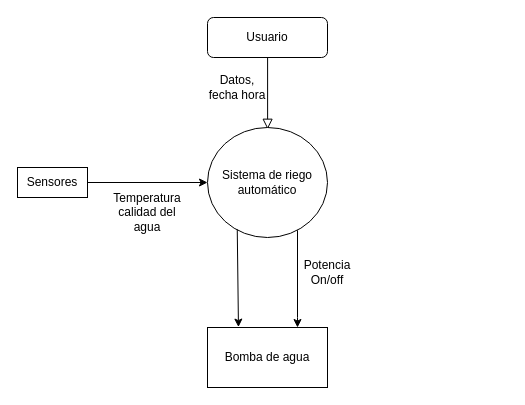
The draw.io diagram Diagrama sin título.drawio in s-dr-2/Sistema-de-riego-automatico, before the edit. Source tidied: cells renumbered, new cells numbered last; positions are measured from the earlier drawing's top-left corner, leaving out a move shared by most shapes. Both pictures are drawn from the tidied source at 100%, with x=0, y=0 at pixel (17, 17).
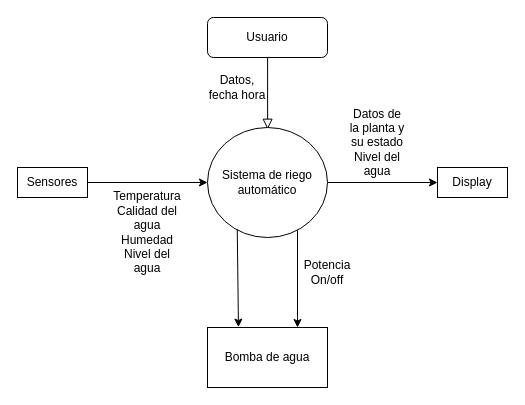
After the change.

Diff of the diagram source:
```diff
@@
 <mxGraphModel>
   <root>
     <mxCell id="0" />
     <mxCell id="1" parent="0" />
     <mxCell id="2" style="rounded=0;html=1;jettySize=auto;fontSize=11;endArrow=block;endFill=0;endSize=8;strokeWidth=1;shadow=0;labelBackgroundColor=none;edgeStyle=orthogonalEdgeStyle;entryX=0.501;entryY=0.016;entryDx=0;entryDy=0;entryPerimeter=0;exitX=0.422;exitY=1;exitDx=0;exitDy=0;exitPerimeter=0;" parent="1" edge="1" source="3" target="6">
       <mxGeometry relative="1" as="geometry">
         <Array as="points">
           <mxPoint x="250" y="40" />
         </Array>
       </mxGeometry>
     </mxCell>
     <mxCell id="3" value="Usuario" style="rounded=1;whiteSpace=wrap;html=1;fontSize=12;glass=0;strokeWidth=1;shadow=0;" parent="1" vertex="1">
       <mxGeometry x="190" width="120" height="40" as="geometry" />
     </mxCell>
     <mxCell id="4" value="Datos, fecha hora" style="text;html=1;align=center;verticalAlign=middle;whiteSpace=wrap;rounded=0;rotation=0;" parent="1" vertex="1">
       <mxGeometry x="190" y="60" width="60" height="20" as="geometry" />
     </mxCell>
     <mxCell id="5" style="edgeStyle=orthogonalEdgeStyle;rounded=0;jettySize=auto;html=1;" parent="1" edge="1" source="6" target="7">
       <mxGeometry relative="1" as="geometry">
         <Array as="points">
           <mxPoint x="280" y="300" />
           <mxPoint x="280" y="300" />
         </Array>
       </mxGeometry>
     </mxCell>
+    <mxCell id="13" style="edgeStyle=orthogonalEdgeStyle;rounded=0;jettySize=auto;html=1;exitX=1;exitY=0.5;exitDx=0;exitDy=0;entryX=0;entryY=0.5;entryDx=0;entryDy=0;" parent="1" edge="1" source="6" target="14">
+      <mxGeometry relative="1" as="geometry" />
+    </mxCell>
     <mxCell id="6" value="Sistema de riego automático" style="ellipse;whiteSpace=wrap;html=1;" parent="1" vertex="1">
       <mxGeometry x="190" y="110" width="120" height="110" as="geometry" />
     </mxCell>
     <mxCell id="7" value="Bomba de agua " style="whiteSpace=wrap;html=1;" parent="1" vertex="1">
       <mxGeometry x="190" y="310" width="120" height="60" as="geometry" />
     </mxCell>
     <mxCell id="8" value="&lt;div&gt;Potencia&lt;/div&gt;&lt;div&gt;On/off&lt;br&gt;&lt;/div&gt;" style="text;strokeColor=none;align=center;fillColor=none;html=1;verticalAlign=middle;whiteSpace=wrap;rounded=0;" parent="1" vertex="1">
       <mxGeometry x="280" y="240" width="60" height="30" as="geometry" />
     </mxCell>
     <mxCell id="9" style="endArrow=classic;html=1;rounded=0;entryX=0.258;entryY=-0.007;entryDx=0;entryDy=0;entryPerimeter=0;exitX=0.248;exitY=0.927;exitDx=0;exitDy=0;exitPerimeter=0;" parent="1" edge="1" source="6" target="7">
       <mxGeometry relative="1" as="geometry" />
     </mxCell>
     <mxCell id="10" style="edgeStyle=orthogonalEdgeStyle;rounded=0;jettySize=auto;html=1;exitX=1;exitY=0.5;exitDx=0;exitDy=0;entryX=0;entryY=0.5;entryDx=0;entryDy=0;" parent="1" edge="1" source="11" target="6">
       <mxGeometry relative="1" as="geometry" />
     </mxCell>
     <mxCell id="11" value="Sensores " style="rounded=0;whiteSpace=wrap;html=1;" parent="1" vertex="1">
       <mxGeometry y="150" width="70" height="30" as="geometry" />
     </mxCell>
-    <mxCell id="12" value="&lt;div&gt;Temperatura&lt;/div&gt;&lt;div&gt;calidad del agua&lt;br&gt;&lt;/div&gt;" style="text;strokeColor=none;align=center;fillColor=none;html=1;verticalAlign=middle;whiteSpace=wrap;rounded=0;" parent="1" vertex="1">
-      <mxGeometry x="100" y="180" width="60" height="30" as="geometry" />
+    <mxCell id="12" value="&lt;div&gt;Temperatura&lt;/div&gt;&lt;div&gt;Calidad del agua&lt;/div&gt;&lt;div&gt;Humedad&lt;/div&gt;&lt;div&gt;Nivel del agua&lt;/div&gt;" style="text;strokeColor=none;align=center;fillColor=none;html=1;verticalAlign=middle;whiteSpace=wrap;rounded=0;" parent="1" vertex="1">
+      <mxGeometry x="100" y="200" width="60" height="30" as="geometry" />
     </mxCell>
+    <mxCell id="14" value="Display" style="rounded=0;whiteSpace=wrap;html=1;" parent="1" vertex="1">
+      <mxGeometry x="420" y="150" width="70" height="30" as="geometry" />
+    </mxCell>
+    <mxCell id="15" value="&lt;div&gt;Datos de la planta y su estado&lt;/div&gt;&lt;div&gt;Nivel del agua&lt;/div&gt;" style="text;html=1;align=center;verticalAlign=middle;whiteSpace=wrap;rounded=0;" parent="1" vertex="1">
+      <mxGeometry x="330" y="110" width="60" height="30" as="geometry" />
+    </mxCell>
   </root>
 </mxGraphModel>
```
